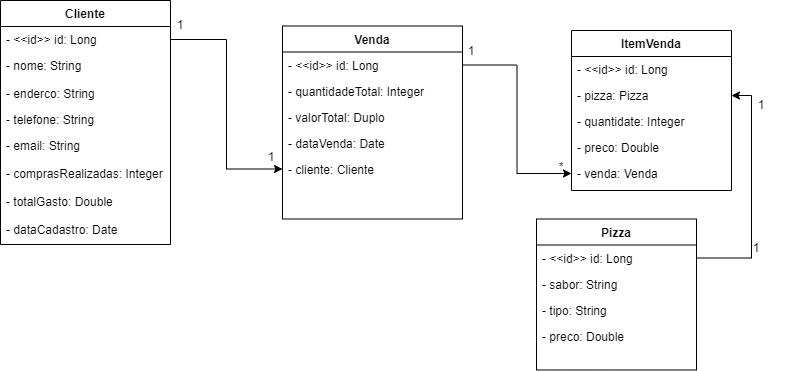
Earlier version of the draw.io export img/modelo01.png (alexeydf/becaDesafioAlexey). Source tidied: cells renumbered, new cells last; positions are measured from the earlier drawing's top-left corner, leaving out a move shared by most shapes.
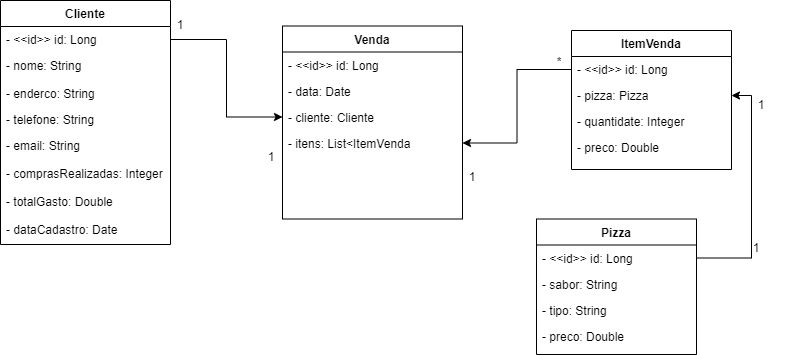
The same file after the commit.

Change to the diagram source:
```diff
@@ -35,20 +35,17 @@
     <mxCell id="12" value="- &lt;&lt;id&gt;&gt; id: Long" style="text;align=left;verticalAlign=top;spacingLeft=4;spacingRight=4;overflow=hidden;points=[[0,0.5],[1,0.5]];portConstraint=eastwest;" parent="11" vertex="1">
       <mxGeometry y="26" width="180" height="26" as="geometry" />
     </mxCell>
-    <mxCell id="13" value="- quantidadeTotal: Integer" style="text;align=left;verticalAlign=top;spacingLeft=4;spacingRight=4;overflow=hidden;rounded=0;shadow=0;html=0;" parent="11" vertex="1">
-      <mxGeometry y="52" width="180" height="26" as="geometry" />
-    </mxCell>
-    <mxCell id="14" value="- valorTotal: Duplo" style="text;align=left;verticalAlign=top;spacingLeft=4;spacingRight=4;overflow=hidden;fontStyle=0;" parent="11" vertex="1">
-      <mxGeometry y="78" width="180" height="26" as="geometry" />
-    </mxCell>
-    <mxCell id="15" value="- dataVenda: Date" style="text;align=left;verticalAlign=top;spacingLeft=4;spacingRight=4;overflow=hidden;" parent="11" vertex="1">
-      <mxGeometry y="104" width="180" height="26" as="geometry" />
+    <mxCell id="15" value="- data: Date" style="text;align=left;verticalAlign=top;spacingLeft=4;spacingRight=4;overflow=hidden;" parent="11" vertex="1">
+      <mxGeometry y="52" width="180" height="26" as="geometry" />
     </mxCell>
     <mxCell id="16" value="- cliente: Cliente" style="text;align=left;verticalAlign=top;spacingLeft=4;spacingRight=4;overflow=hidden;points=[[0,0.5],[1,0.5]];portConstraint=eastwest;" parent="11" vertex="1">
-      <mxGeometry y="130" width="180" height="26" as="geometry" />
+      <mxGeometry y="78" width="180" height="26" as="geometry" />
     </mxCell>
+    <mxCell id="37" value="- itens: List&lt;ItemVenda" style="text;align=left;verticalAlign=top;spacingLeft=4;spacingRight=4;overflow=hidden;points=[[0,0.5],[1,0.5]];portConstraint=eastwest;" parent="11" vertex="1">
+      <mxGeometry y="104" width="180" height="26" as="geometry" />
+    </mxCell>
     <mxCell id="17" value="Pizza" style="swimlane;fontStyle=1;align=center;verticalAlign=top;horizontal=1;startSize=26;rounded=0;shadow=0;strokeWidth=1;" parent="1" vertex="1">
-      <mxGeometry x="536" y="218.5" width="160" height="151" as="geometry" />
+      <mxGeometry x="536" y="218.5" width="160" height="135.5" as="geometry" />
     </mxCell>
     <mxCell id="18" value="- &lt;&lt;id&gt;&gt; id: Long" style="text;align=left;verticalAlign=top;spacingLeft=4;spacingRight=4;overflow=hidden;points=[[0,0.5],[1,0.5]];portConstraint=eastwest;" parent="17" vertex="1">
       <mxGeometry y="26" width="160" height="26" as="geometry" />
@@ -63,7 +60,7 @@
       <mxGeometry y="104" width="160" height="26" as="geometry" />
     </mxCell>
     <mxCell id="22" value="ItemVenda" style="swimlane;fontStyle=1;align=center;verticalAlign=top;horizontal=1;startSize=26;rounded=0;shadow=0;strokeWidth=1;" parent="1" vertex="1">
-      <mxGeometry x="571" y="30" width="160" height="160" as="geometry" />
+      <mxGeometry x="571" y="30" width="160" height="139" as="geometry" />
     </mxCell>
     <mxCell id="23" value="- &lt;&lt;id&gt;&gt; id: Long" style="text;align=left;verticalAlign=top;spacingLeft=4;spacingRight=4;overflow=hidden;points=[[0,0.5],[1,0.5]];portConstraint=eastwest;" parent="22" vertex="1">
       <mxGeometry y="26" width="160" height="26" as="geometry" />
@@ -77,14 +74,11 @@
     <mxCell id="26" value="- preco: Double" style="text;align=left;verticalAlign=top;spacingLeft=4;spacingRight=4;overflow=hidden;rounded=0;shadow=0;html=0;" parent="22" vertex="1">
       <mxGeometry y="104" width="160" height="26" as="geometry" />
     </mxCell>
-    <mxCell id="27" value="- venda: Venda" style="text;align=left;verticalAlign=top;spacingLeft=4;spacingRight=4;overflow=hidden;points=[[0,0.5],[1,0.5]];portConstraint=eastwest;rounded=0;shadow=0;html=0;" parent="22" vertex="1">
-      <mxGeometry y="130" width="160" height="26" as="geometry" />
-    </mxCell>
     <mxCell id="28" value="*" style="text;html=1;strokeColor=none;fillColor=none;align=center;verticalAlign=middle;whiteSpace=wrap;rounded=0;" parent="1" vertex="1">
-      <mxGeometry x="531" y="152" width="60" height="30" as="geometry" />
+      <mxGeometry x="529" y="47" width="60" height="30" as="geometry" />
     </mxCell>
     <mxCell id="29" value="1" style="text;html=1;strokeColor=none;fillColor=none;align=center;verticalAlign=middle;whiteSpace=wrap;rounded=0;" parent="1" vertex="1">
-      <mxGeometry x="441" y="36" width="60" height="30" as="geometry" />
+      <mxGeometry x="442" y="162" width="60" height="30" as="geometry" />
     </mxCell>
     <mxCell id="30" value="1" style="text;html=1;strokeColor=none;fillColor=none;align=center;verticalAlign=middle;whiteSpace=wrap;rounded=0;" parent="1" vertex="1">
       <mxGeometry x="731" y="90" width="60" height="30" as="geometry" />
@@ -104,8 +98,8 @@
     <mxCell id="35" style="edgeStyle=orthogonalEdgeStyle;rounded=0;jettySize=auto;html=1;entryX=1;entryY=0.5;entryDx=0;entryDy=0;" parent="1" edge="1" source="18" target="24">
       <mxGeometry relative="1" as="geometry" />
     </mxCell>
-    <mxCell id="36" style="edgeStyle=orthogonalEdgeStyle;rounded=0;jettySize=auto;html=1;" parent="1" edge="1" source="12" target="27">
-      <mxGeometry relative="1" as="geometry" />
-    </mxCell>
+    <mxCell id="38" style="edgeStyle=orthogonalEdgeStyle;rounded=0;jettySize=auto;html=1;exitX=0;exitY=0.5;exitDx=0;exitDy=0;entryX=1;entryY=0.5;entryDx=0;entryDy=0;" parent="1" edge="1" source="23" target="37">
+      <mxGeometry relative="1" as="geometry" />
+    </mxCell>
   </root>
 </mxGraphModel>
```
